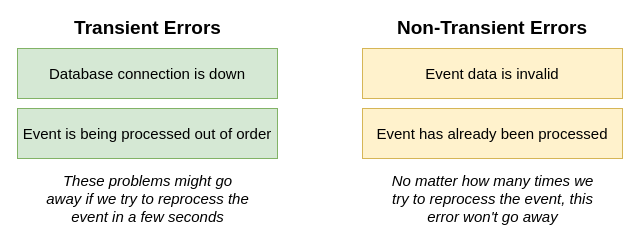
Above: page "10 - trans" (11 of 17) of diagrams/08/01.drawio in HappySuzuki/microservices-cast (draw.io), before the change. Source tidied: cells renumbered, new cells numbered last; positions are measured from the earlier drawing's top-left corner, leaving out a move shared by most shapes. Both pictures are drawn from the tidied source at 100%, with x=0, y=0 at pixel (17, 18).
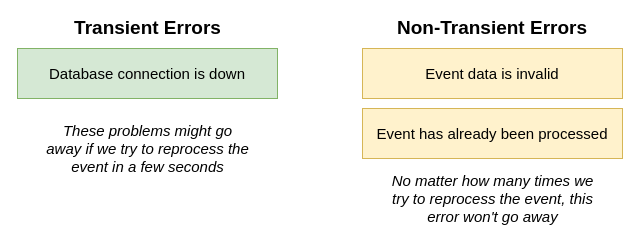
The same diagram, later.

Change to the diagram source:
```diff
@@
 <mxGraphModel>
   <root>
     <mxCell id="0" />
     <mxCell id="1" parent="0" />
     <mxCell id="2" value="Database connection is down" style="rounded=0;whiteSpace=wrap;html=1;fontSize=15;align=center;fillColor=#d5e8d4;strokeColor=#82b366;" parent="1" vertex="1">
       <mxGeometry y="30" width="260" height="50" as="geometry" />
     </mxCell>
     <mxCell id="3" value="Transient Errors" style="text;html=1;strokeColor=none;fillColor=none;align=center;verticalAlign=middle;whiteSpace=wrap;rounded=0;fontSize=19;fontStyle=1;" parent="1" vertex="1">
       <mxGeometry x="42.5" width="175" height="20" as="geometry" />
     </mxCell>
     <mxCell id="4" value="Non-Transient Errors" style="text;html=1;strokeColor=none;fillColor=none;align=center;verticalAlign=middle;whiteSpace=wrap;rounded=0;fontSize=19;fontStyle=1;" parent="1" vertex="1">
       <mxGeometry x="361.2" width="227.5" height="20" as="geometry" />
     </mxCell>
     <mxCell id="5" value="Event data is invalid" style="rounded=0;whiteSpace=wrap;html=1;fontSize=15;align=center;fillColor=#fff2cc;strokeColor=#d6b656;" parent="1" vertex="1">
       <mxGeometry x="345" y="30" width="260" height="50" as="geometry" />
     </mxCell>
-    <mxCell id="6" value="Event is being processed out of order" style="rounded=0;whiteSpace=wrap;html=1;fontSize=15;align=center;fillColor=#d5e8d4;strokeColor=#82b366;" parent="1" vertex="1">
-      <mxGeometry y="90" width="260" height="50" as="geometry" />
-    </mxCell>
     <mxCell id="7" value="&lt;i&gt;These problems might go away if we try to reprocess the event in a few seconds&lt;/i&gt;" style="text;html=1;strokeColor=none;fillColor=none;align=center;verticalAlign=middle;whiteSpace=wrap;rounded=0;fontSize=15;" parent="1" vertex="1">
-      <mxGeometry x="27.5" y="150" width="205" height="60" as="geometry" />
+      <mxGeometry x="27.5" y="100" width="205" height="60" as="geometry" />
     </mxCell>
     <mxCell id="8" value="Event has already been processed" style="rounded=0;whiteSpace=wrap;html=1;fontSize=15;align=center;fillColor=#fff2cc;strokeColor=#d6b656;" parent="1" vertex="1">
       <mxGeometry x="345" y="90" width="260" height="50" as="geometry" />
     </mxCell>
     <mxCell id="9" value="&lt;i&gt;No matter how many times we try to reprocess the event, this error won't go away&lt;/i&gt;" style="text;html=1;strokeColor=none;fillColor=none;align=center;verticalAlign=middle;whiteSpace=wrap;rounded=0;fontSize=15;" parent="1" vertex="1">
       <mxGeometry x="372.5" y="150" width="205" height="60" as="geometry" />
     </mxCell>
   </root>
 </mxGraphModel>
```
